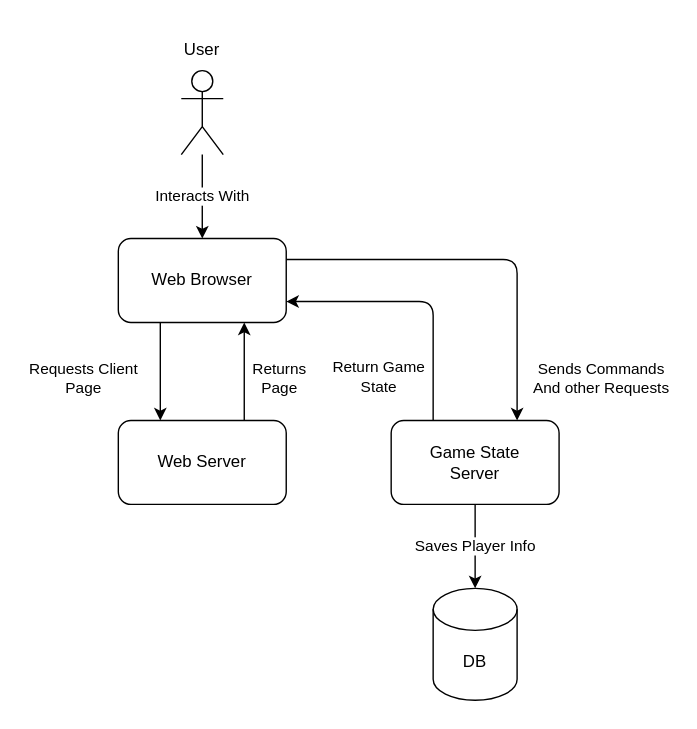
Earlier version of the draw.io export documentation/Writerside/img/architecture/architecture.drawio.svg (B-Team-Organisation/Fantasy-Chess). Source tidied: cells renumbered, new cells last; positions are measured from the earlier drawing's top-left corner, leaving out a move shared by most shapes.
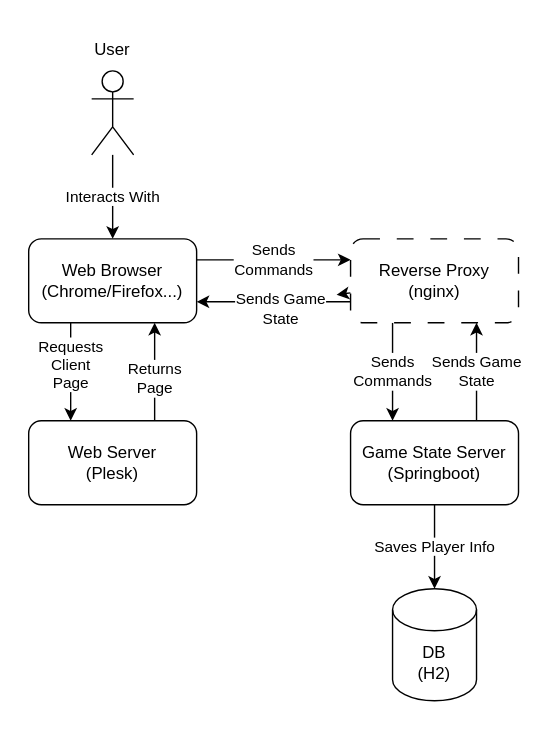
The same file after the commit.

What changed in the source:
```diff
@@ -2,17 +2,13 @@
   <root>
     <mxCell id="0" />
     <mxCell id="1" parent="0" />
-    <mxCell id="2" value="Requests Client &lt;br&gt;Page" style="edgeStyle=none;html=1;exitX=0.25;exitY=1;exitDx=0;exitDy=0;entryX=0.25;entryY=0;entryDx=0;entryDy=0;" parent="1" edge="1" source="4" target="8">
-      <mxGeometry x="0.14" y="-55" relative="1" as="geometry" />
+    <mxCell id="2" value="Requests &lt;br&gt;Client &lt;br&gt;Page" style="edgeStyle=none;html=1;exitX=0.25;exitY=1;exitDx=0;exitDy=0;entryX=0.25;entryY=0;entryDx=0;entryDy=0;" parent="1" edge="1" source="4" target="8">
+      <mxGeometry x="-0.14" relative="1" as="geometry" />
     </mxCell>
-    <mxCell id="3" value="Sends Commands&lt;br&gt;And other Requests" style="edgeStyle=none;html=1;exitX=1;exitY=0.25;exitDx=0;exitDy=0;entryX=0.75;entryY=0;entryDx=0;entryDy=0;" parent="1" edge="1" source="4" target="12">
-      <mxGeometry x="0.79" y="60" relative="1" as="geometry">
-        <Array as="points">
-          <mxPoint x="285" y="165" />
-        </Array>
-      </mxGeometry>
-    </mxCell>
+    <mxCell id="15" value="Sends &lt;br&gt;Commands" style="edgeStyle=none;html=1;exitX=1;exitY=0.25;exitDx=0;exitDy=0;entryX=0;entryY=0.25;entryDx=0;entryDy=0;" parent="1" edge="1" source="4" target="20">
+      <mxGeometry relative="1" as="geometry" />
+    </mxCell>
-    <mxCell id="4" value="Web Browser" style="rounded=1;whiteSpace=wrap;html=1;" parent="1" vertex="1">
+    <mxCell id="4" value="Web Browser&lt;br&gt;(Chrome/Firefox...)" style="rounded=1;whiteSpace=wrap;html=1;" parent="1" vertex="1">
       <mxGeometry y="150" width="120" height="60" as="geometry" />
     </mxCell>
     <mxCell id="5" value="Interacts With" style="edgeStyle=none;html=1;" parent="1" edge="1" source="6" target="4">
@@ -22,34 +18,39 @@
       <mxGeometry x="45" y="30" width="30" height="60" as="geometry" />
     </mxCell>
     <mxCell id="7" value="Returns &lt;br&gt;Page" style="edgeStyle=none;html=1;exitX=0.75;exitY=0;exitDx=0;exitDy=0;entryX=0.75;entryY=1;entryDx=0;entryDy=0;" parent="1" edge="1" source="8" target="4">
-      <mxGeometry x="-0.14" y="-25" relative="1" as="geometry" />
+      <mxGeometry x="-0.14" relative="1" as="geometry" />
     </mxCell>
-    <mxCell id="8" value="Web Server" style="rounded=1;whiteSpace=wrap;html=1;" parent="1" vertex="1">
+    <mxCell id="8" value="Web Server&lt;br&gt;(Plesk)" style="rounded=1;whiteSpace=wrap;html=1;" parent="1" vertex="1">
       <mxGeometry y="280" width="120" height="60" as="geometry" />
     </mxCell>
-    <mxCell id="9" style="edgeStyle=none;html=1;exitX=0.25;exitY=0;exitDx=0;exitDy=0;entryX=1;entryY=0.75;entryDx=0;entryDy=0;" parent="1" edge="1" source="12" target="4">
-      <mxGeometry relative="1" as="geometry">
-        <Array as="points">
-          <mxPoint x="225" y="195" />
-        </Array>
-      </mxGeometry>
-    </mxCell>
-    <mxCell id="10" value="Return Game&lt;br&gt;State" style="edgeLabel;html=1;align=center;verticalAlign=middle;" parent="9" vertex="1">
-      <mxGeometry x="-0.67" y="1" relative="1" as="geometry">
-        <mxPoint x="-39" as="offset" />
-      </mxGeometry>
-    </mxCell>
     <mxCell id="11" value="Saves Player Info" style="edgeStyle=none;html=1;exitX=0.5;exitY=1;exitDx=0;exitDy=0;" parent="1" edge="1" source="12" target="13">
       <mxGeometry relative="1" as="geometry" />
     </mxCell>
+    <mxCell id="16" value="Sends Game&lt;br&gt;State" style="edgeStyle=none;html=1;exitX=0.75;exitY=0;exitDx=0;exitDy=0;entryX=0.75;entryY=1;entryDx=0;entryDy=0;" parent="1" edge="1" source="12" target="20">
+      <mxGeometry relative="1" as="geometry" />
+    </mxCell>
-    <mxCell id="12" value="Game State &lt;br&gt;Server" style="rounded=1;whiteSpace=wrap;html=1;" parent="1" vertex="1">
-      <mxGeometry x="195" y="280" width="120" height="60" as="geometry" />
+    <mxCell id="12" value="Game State Server&lt;br&gt;(Springboot)" style="rounded=1;whiteSpace=wrap;html=1;" parent="1" vertex="1">
+      <mxGeometry x="230" y="280" width="120" height="60" as="geometry" />
     </mxCell>
-    <mxCell id="13" value="DB" style="shape=cylinder3;whiteSpace=wrap;html=1;boundedLbl=1;backgroundOutline=1;size=15;" parent="1" vertex="1">
-      <mxGeometry x="225" y="400" width="60" height="80" as="geometry" />
+    <mxCell id="13" value="DB&lt;br&gt;(H2)" style="shape=cylinder3;whiteSpace=wrap;html=1;boundedLbl=1;backgroundOutline=1;size=15;" parent="1" vertex="1">
+      <mxGeometry x="260" y="400" width="60" height="80" as="geometry" />
     </mxCell>
     <mxCell id="14" value="User" style="text;html=1;strokeColor=none;fillColor=none;align=center;verticalAlign=middle;whiteSpace=wrap;rounded=0;" parent="1" vertex="1">
       <mxGeometry x="30" width="60" height="30" as="geometry" />
     </mxCell>
+    <mxCell id="17" value="Sends Game&lt;br&gt;State" style="edgeStyle=none;html=1;exitX=0;exitY=0.75;exitDx=0;exitDy=0;entryX=1;entryY=0.75;entryDx=0;entryDy=0;" parent="1" edge="1" source="20" target="4">
+      <mxGeometry x="-0.09" y="5" relative="1" as="geometry" />
+    </mxCell>
+    <mxCell id="18" value="Sends&lt;br&gt;Commands" style="edgeStyle=none;html=1;exitX=0.25;exitY=1;exitDx=0;exitDy=0;entryX=0.25;entryY=0;entryDx=0;entryDy=0;" parent="1" edge="1" source="20" target="12">
+      <mxGeometry relative="1" as="geometry" />
+    </mxCell>
+    <mxCell id="19" style="edgeStyle=none;html=1;" parent="1" edge="1" source="20">
+      <mxGeometry relative="1" as="geometry">
+        <mxPoint x="220" y="190" as="targetPoint" />
+      </mxGeometry>
+    </mxCell>
+    <mxCell id="20" value="Reverse Proxy&lt;br&gt;(nginx)" style="rounded=1;whiteSpace=wrap;html=1;dashed=1;dashPattern=12 12;" parent="1" vertex="1">
+      <mxGeometry x="230" y="150" width="120" height="60" as="geometry" />
+    </mxCell>
   </root>
 </mxGraphModel>
```
